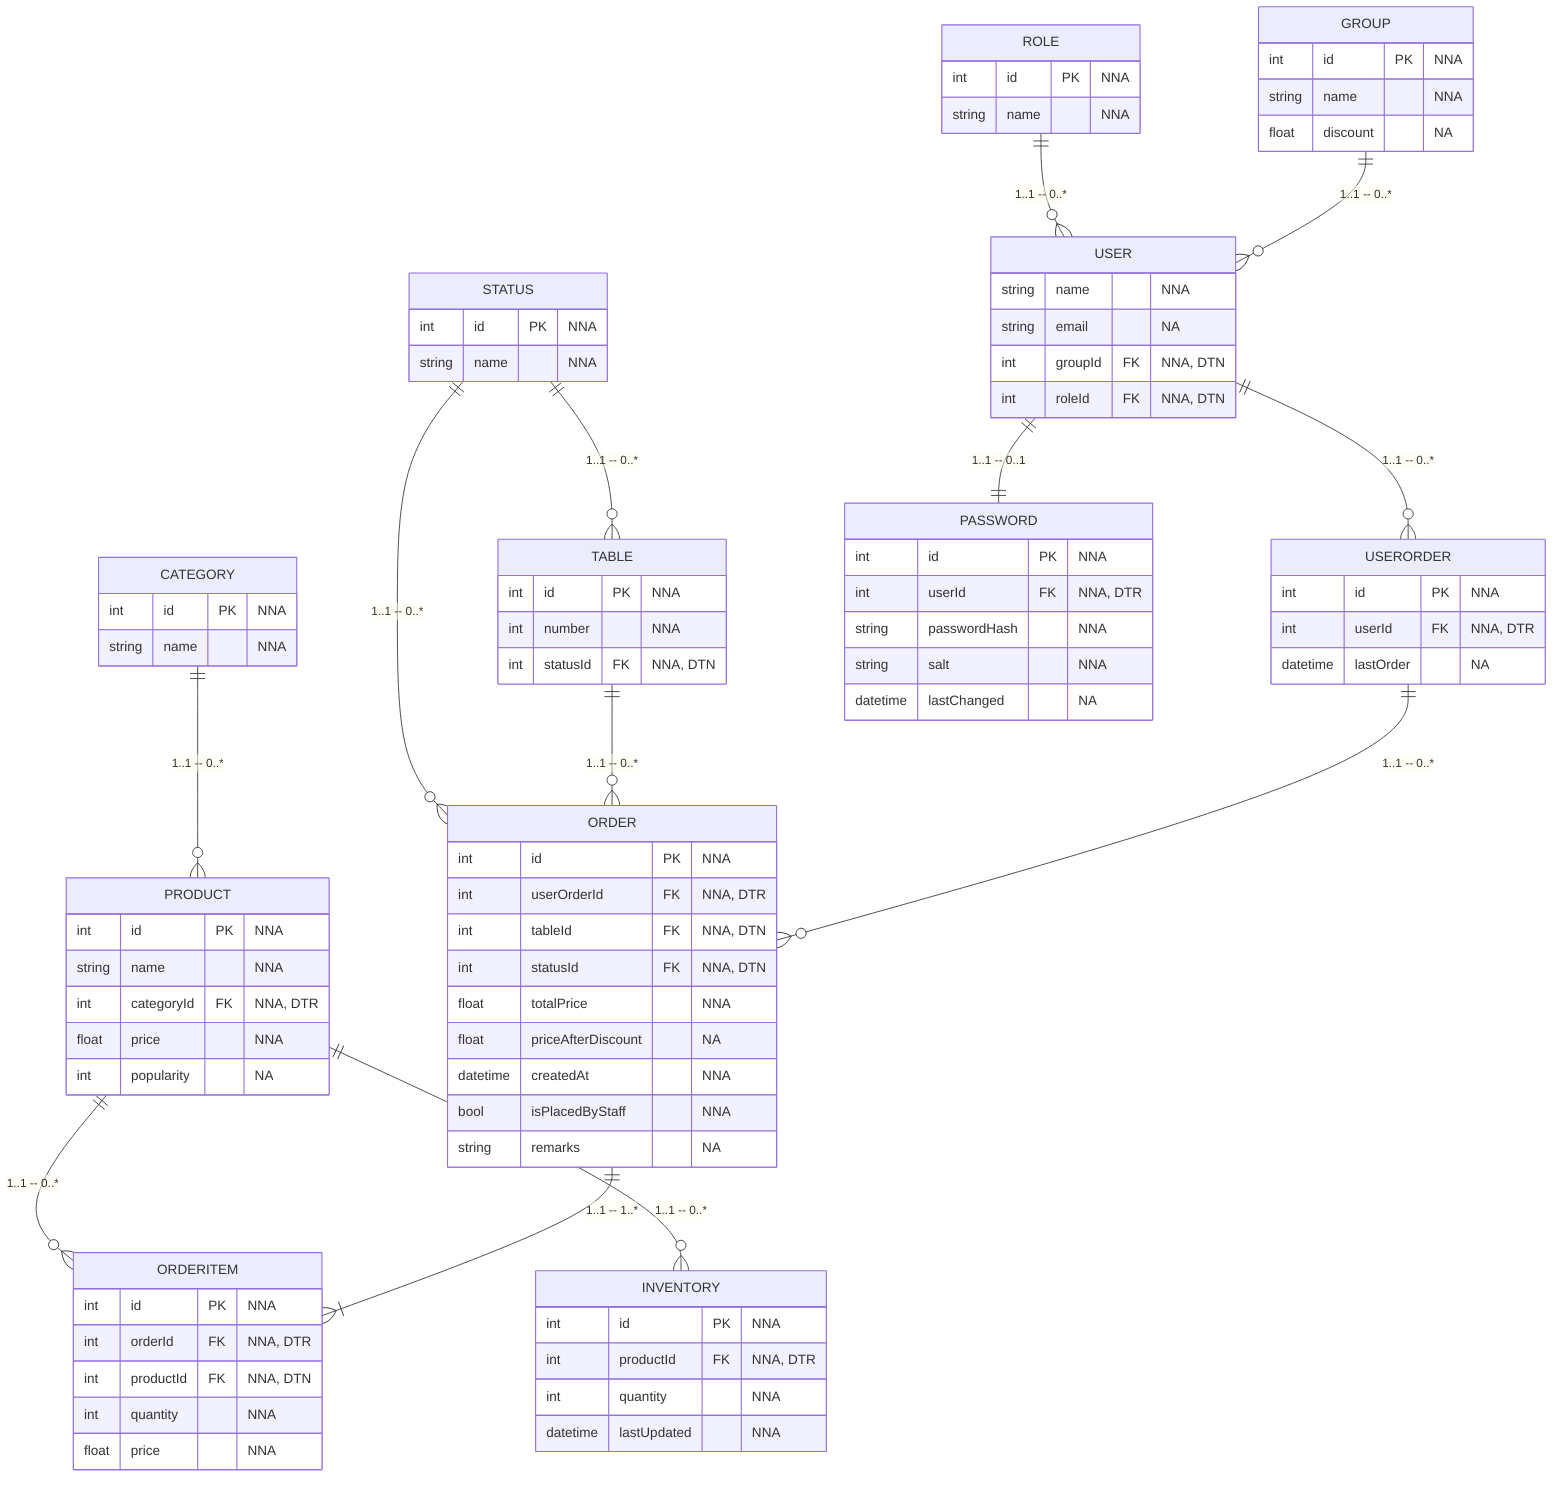
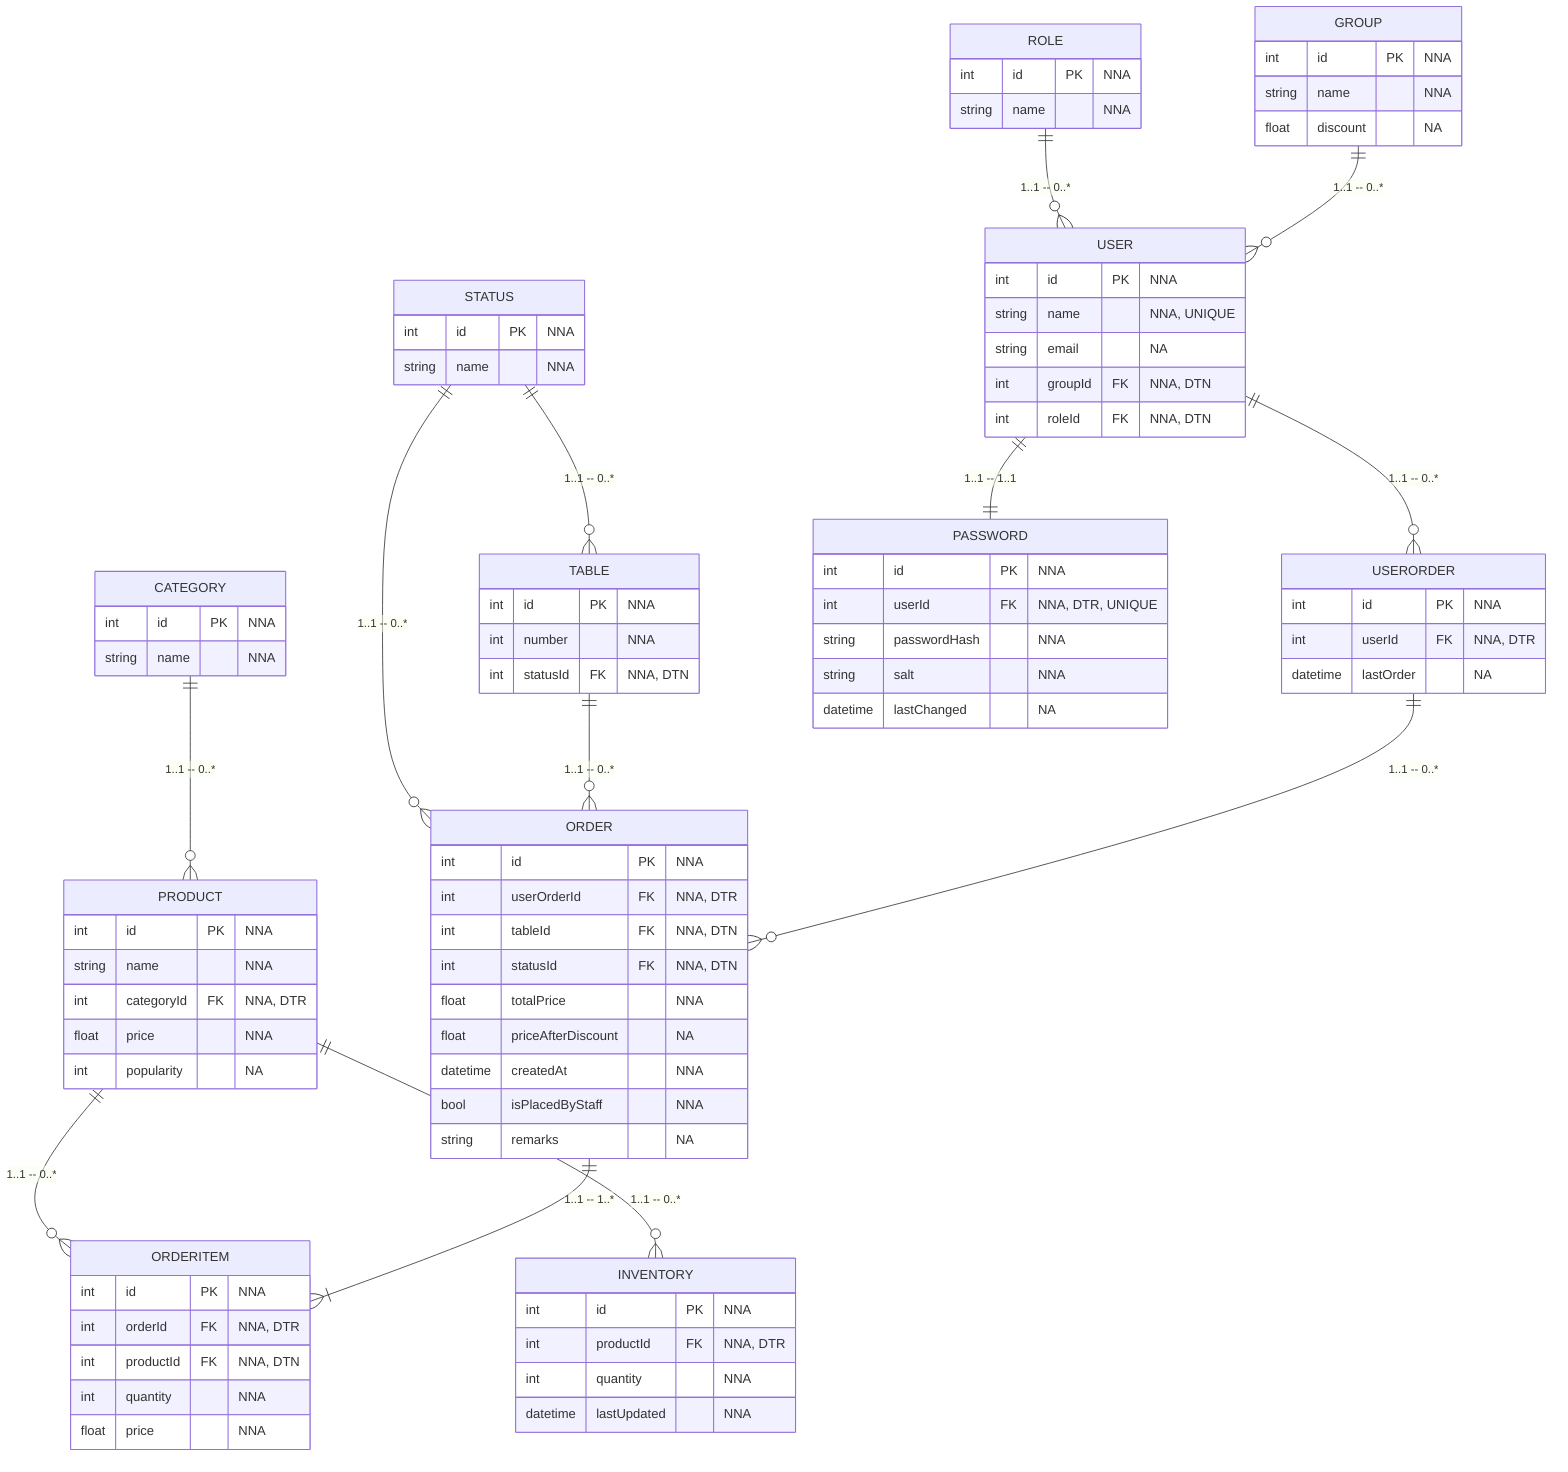
%% Note: userId in PASSWORD should be unique to enforce one-to-one relationship with USER.

erDiagram
    USER ||--o{ USERORDER : "1..1 -- 0..*"
    USERORDER ||--o{ ORDER : "1..1 -- 0..*"
    TABLE ||--o{ ORDER : "1..1 -- 0..*"
    ORDER ||--|{ ORDERITEM : "1..1 -- 1..*"
    PRODUCT ||--o{ ORDERITEM : "1..1 -- 0..*"
    GROUP ||--o{ USER : "1..1 -- 0..*"
    CATEGORY ||--o{ PRODUCT : "1..1 -- 0..*"
    PRODUCT ||--o{ INVENTORY : "1..1 -- 0..*"
    ROLE ||--o{ USER : "1..1 -- 0..*"
    STATUS ||--o{ TABLE : "1..1 -- 0..*"
    STATUS ||--o{ ORDER : "1..1 -- 0..*"
-     USER ||--|| PASSWORD : "1..1 -- 0..1"
+     USER ||--|| PASSWORD : "1..1 -- 1..1"

    USER {
-         string name "NNA"
+         int id PK "NNA"
+         string name "NNA, UNIQUE"
        string email "NA"
        int groupId FK "NNA, DTN"
        int roleId FK "NNA, DTN"
    }
    PASSWORD {
        int id PK "NNA"
-         int userId FK "NNA, DTR"
+         int userId FK "NNA, DTR, UNIQUE"
        string passwordHash "NNA"
        string salt "NNA"
        datetime lastChanged "NA"
    }
    ROLE {
        int id PK "NNA"
        string name "NNA"
    }
    USERORDER {
        int id PK "NNA"
        int userId FK "NNA, DTR"
        datetime lastOrder "NA"
    }
    GROUP {
        int id PK "NNA"
        string name "NNA"
        float discount "NA"
    }
    TABLE {
        int id PK "NNA"
        int number "NNA"
        int statusId FK "NNA, DTN"
    }
    PRODUCT {
        int id PK "NNA"
        string name "NNA"
        int categoryId FK "NNA, DTR"
        float price "NNA"
        int popularity "NA"
    }
    CATEGORY {
        int id PK "NNA"
        string name "NNA"
    }
    ORDER {
        int id PK "NNA"
        int userOrderId FK "NNA, DTR"
        int tableId FK "NNA, DTN"
        int statusId FK "NNA, DTN"
        float totalPrice "NNA"
        float priceAfterDiscount "NA"
        datetime createdAt "NNA"
        bool isPlacedByStaff "NNA"
        string remarks "NA"
    }
    STATUS {
        int id PK "NNA"
        string name "NNA"
    }
    ORDERITEM {
        int id PK "NNA"
        int orderId FK "NNA, DTR"
        int productId FK "NNA, DTN"
        int quantity "NNA"
        float price "NNA"
    }
    INVENTORY {
        int id PK "NNA"
        int productId FK "NNA, DTR"
        int quantity "NNA"
        datetime lastUpdated "NNA"
    }
